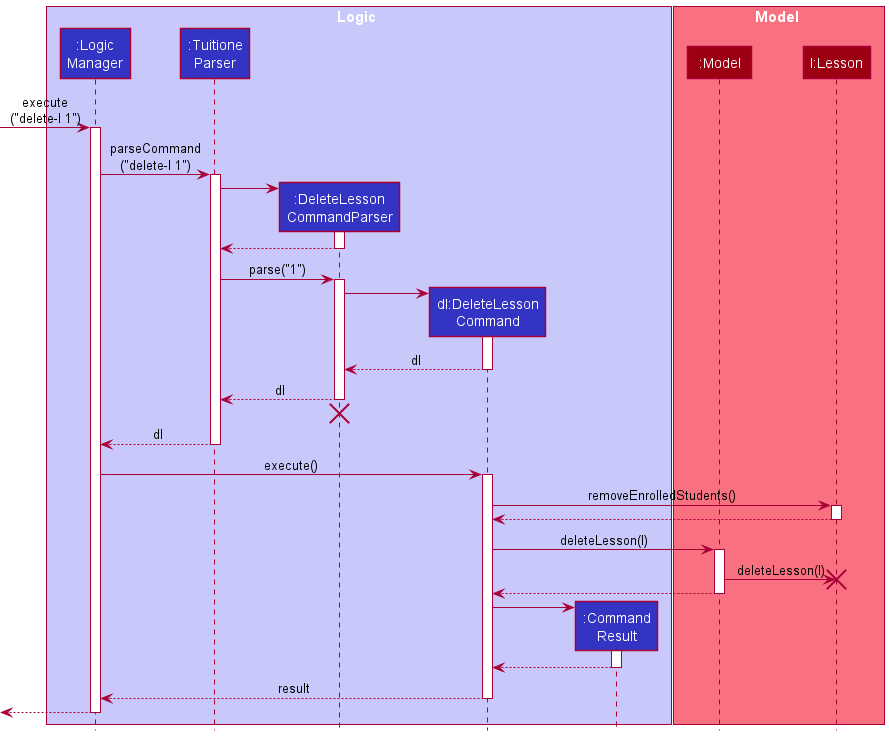
This is docs/images/DeveloperGuideImage/DeleteLessonSequenceDiagram.png from nus-cs2103-AY2122S1/tp, a PlantUML export, as it was before one commit.
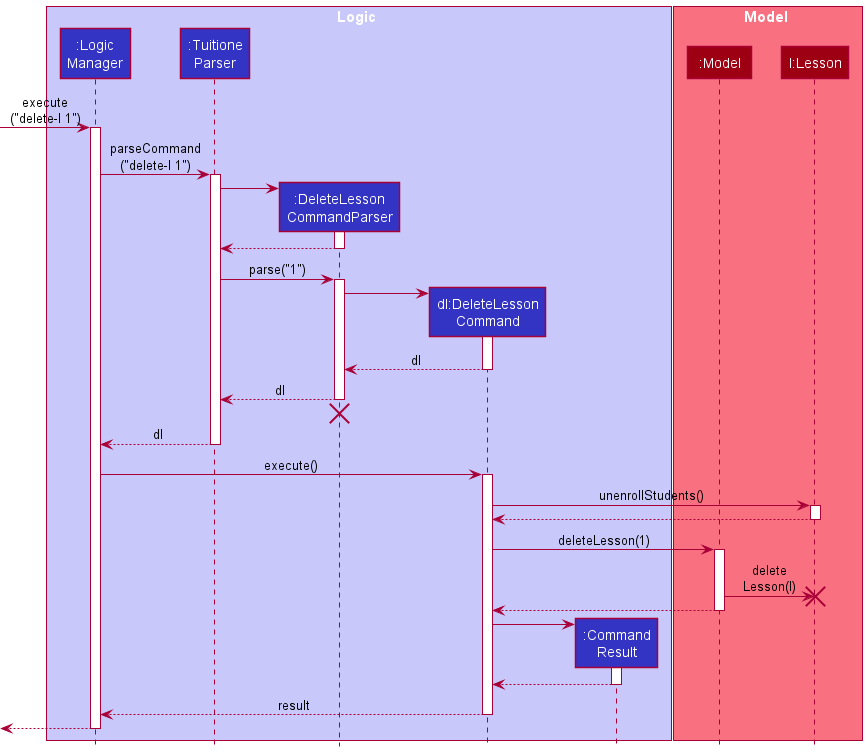
Above is the later version.

Commit message:
Update sequence diagrams

What changed in the source:
```diff
@@ -48,16 +48,16 @@
 LogicManager -> DeleteLessonCommand : execute()
 activate DeleteLessonCommand
 
-DeleteLessonCommand -> Lesson : removeEnrolledStudents()
+DeleteLessonCommand -> Lesson : unenrollStudents()
 activate Lesson
 
 Lesson --> DeleteLessonCommand
 deactivate Lesson
 
-DeleteLessonCommand -> Model : deleteLesson(l)
+DeleteLessonCommand -> Model : deleteLesson(1)
 activate Model
 
-Model -> Lesson : deleteLesson(l)
+Model -> Lesson : delete\nLesson(l)
 destroy Lesson
 
 Model --> DeleteLessonCommand
```
